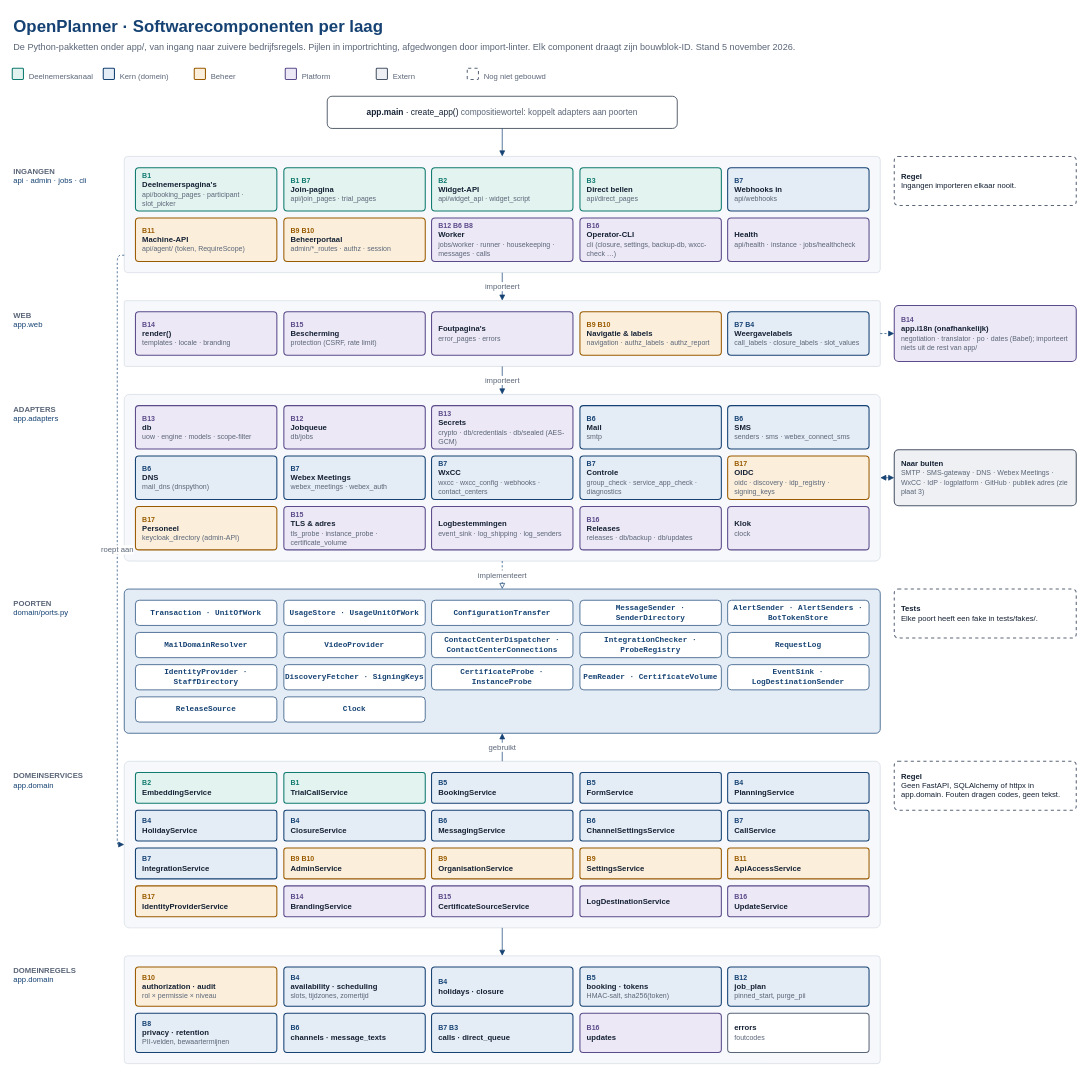
This is page "2 Softwarecomponenten" (2 of 3) of docs/diagrams/openplanner-architectuur.drawio from 3Corners-Labs/OpenPlanner, a draw.io file, before an edit. Source tidied: cells renumbered, new cells numbered last; positions are measured from the earlier drawing's top-left corner, leaving out a move shared by most shapes. Both pictures are drawn from the tidied source at 70%, with x=0, y=0 at pixel (12, 12).
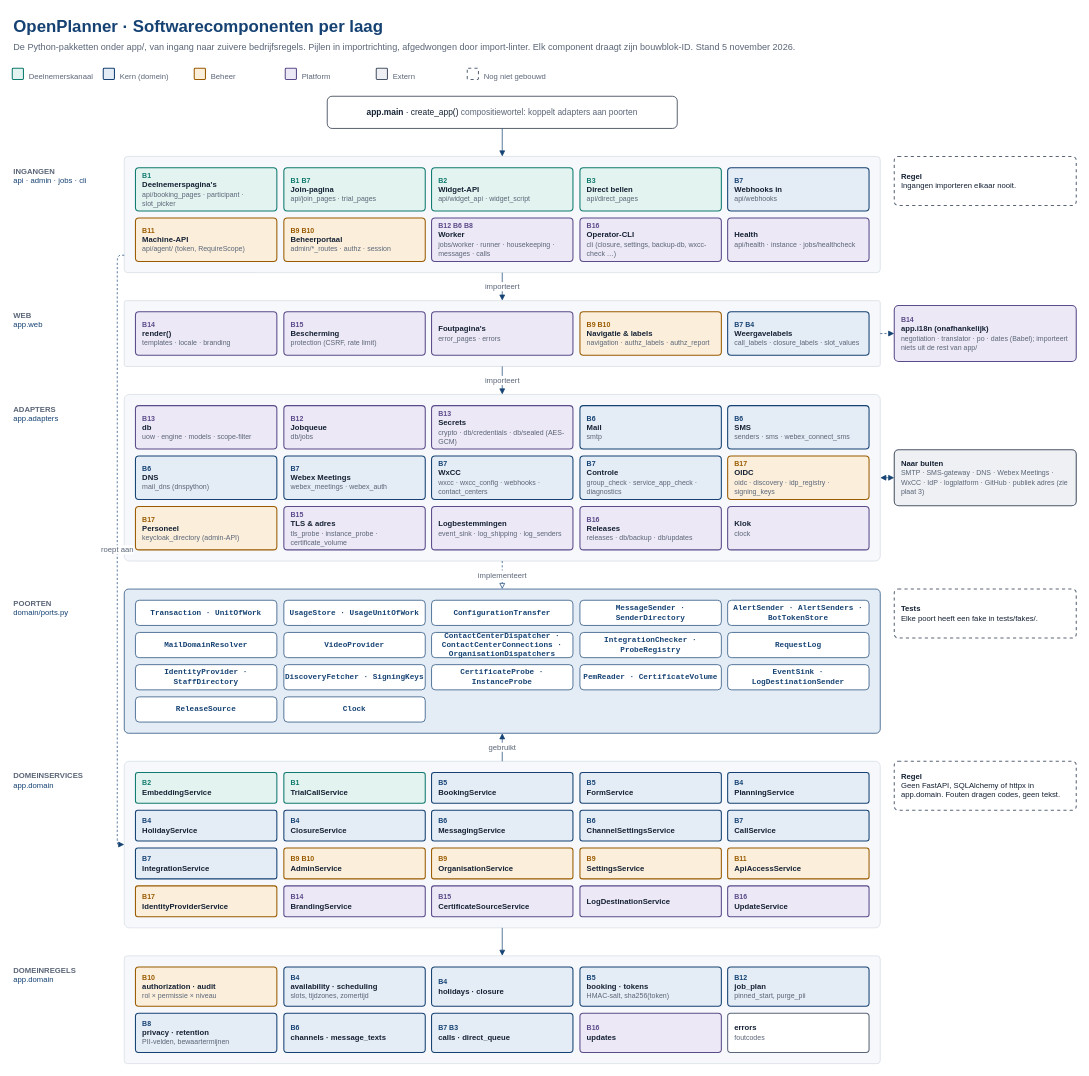
Above is the later version.

Commit message (it also covers changes not shown here):
docs(diagrams): the organisation dispatchers port on plate two

The edit, as a diff of the source:
```diff
@@
-    <mxCell id="70" value="&lt;b&gt;ContactCenterDispatcher · ContactCenterConnections&lt;/b&gt;" style="rounded=1;whiteSpace=wrap;html=1;strokeColor=#154273;fillColor=#ffffff;fontSize=11;fontColor=#154273;fontFamily=Courier New;" parent="1" vertex="1">
+    <mxCell id="70" value="&lt;b&gt;ContactCenterDispatcher · ContactCenterConnections · OrganisationDispatchers&lt;/b&gt;" style="rounded=1;whiteSpace=wrap;html=1;strokeColor=#154273;fillColor=#ffffff;fontSize=11;fontColor=#154273;fontFamily=Courier New;" parent="1" vertex="1">
       <mxGeometry x="599" y="886" width="202" height="36" as="geometry" />
     </mxCell>
```
